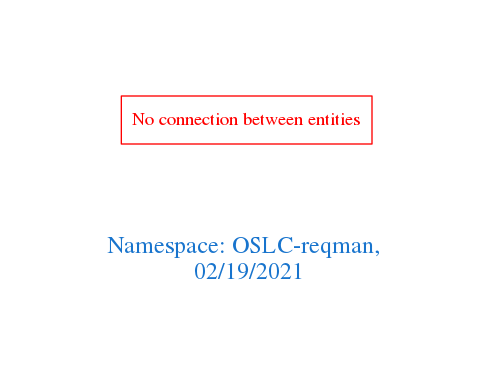
arago/OGIT keeps this Graphviz diagram as downloads/OSLC-reqman.png. Above is the earlier version. Its source is kept beside it as downloads/OSLC-reqman.dot.
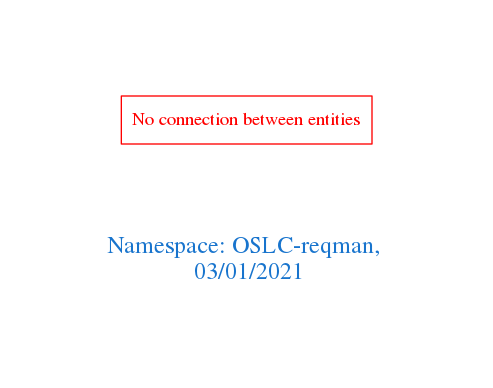
Later version of the same file.

Change to the diagram source:
```diff
@@ -1,7 +1,7 @@
 digraph OGIT_ontology {
  graph [ rankdir= LR,pad=1
 fontsize = 18,
-fontcolor= dodgerblue3,label = "\n\n\nNamespace: OSLC-reqman, \n 02/19/2021"];
+fontcolor= dodgerblue3,label = "\n\n\nNamespace: OSLC-reqman, \n 03/01/2021"];
 node[shape=polygon];
 edge [  color="gray81"];
 
```
